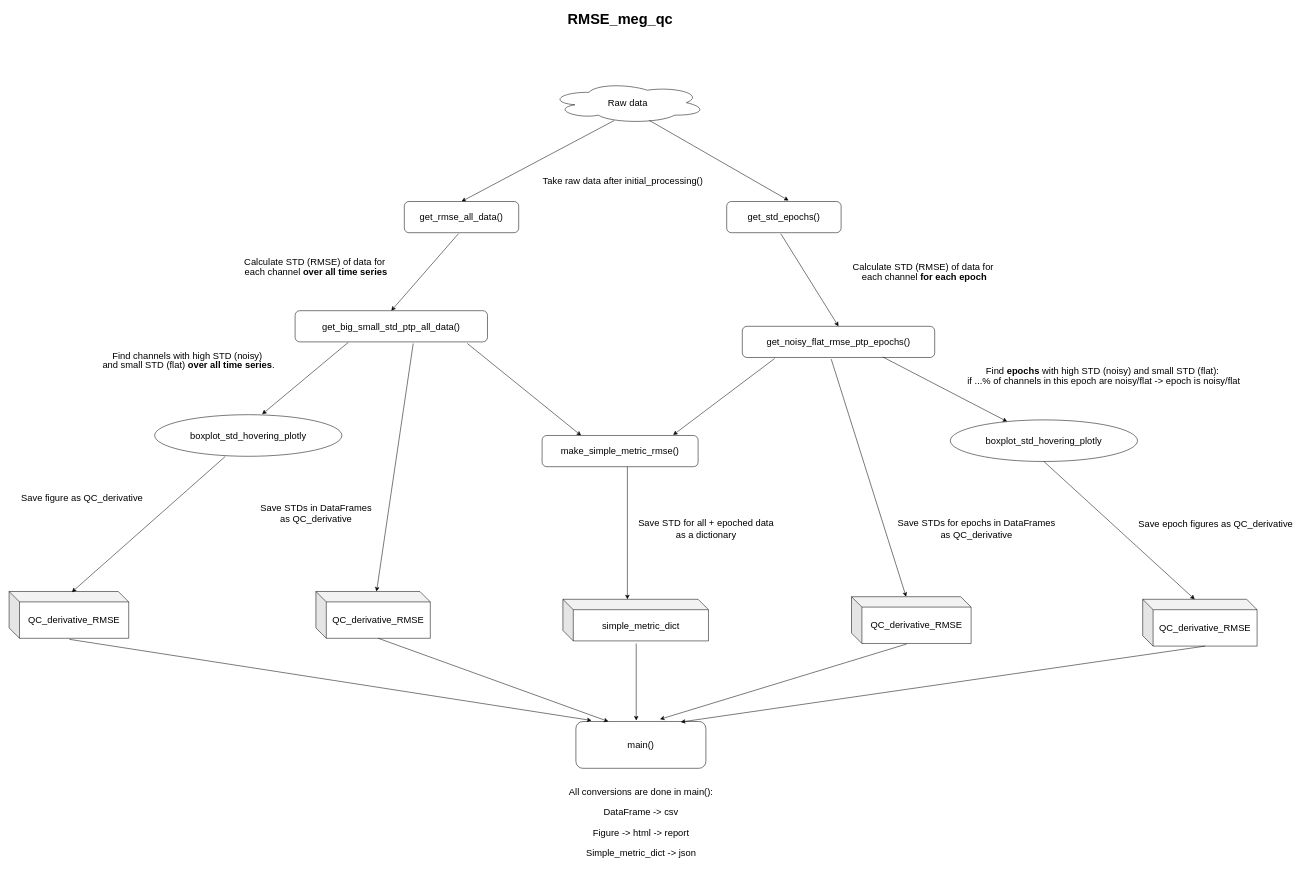
This is docs and diagrams/RMSE_UML.drawio from oldgandalf/MEGqcJorge, a draw.io file, before an edit. Source tidied: cells renumbered, new cells numbered last; positions are measured from the earlier drawing's top-left corner, leaving out a move shared by most shapes. Both pictures are drawn from the tidied source at 52%, with x=0, y=0 at pixel (9, 9).
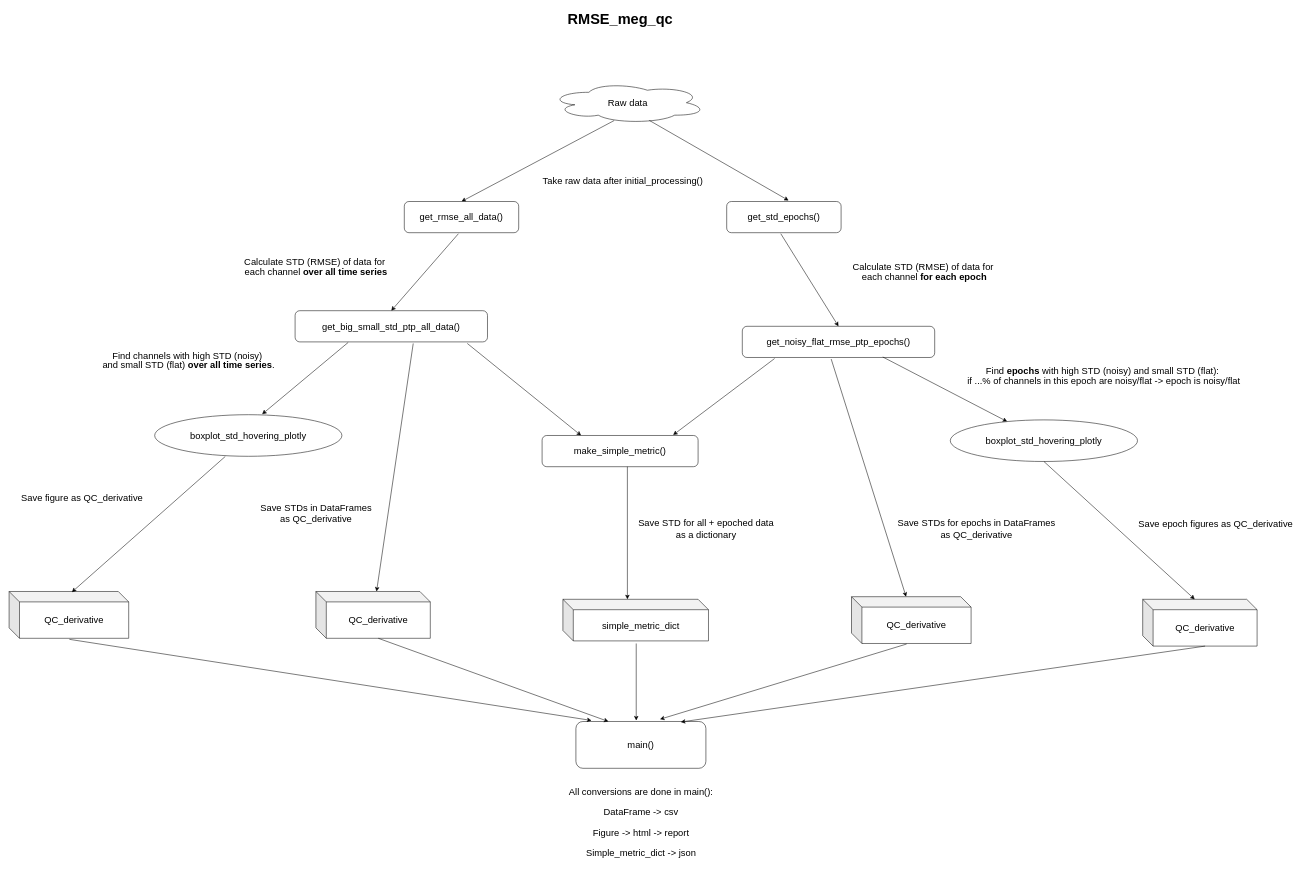
The same diagram, later.

Commit message (it also covers changes not shown here):
making uml fr rmse+ptp joined

Change to the diagram source:
```diff
@@
-    <mxCell id="14" value="QC_derivative_RMSE" style="shape=cube;whiteSpace=wrap;html=1;boundedLbl=1;backgroundOutline=1;darkOpacity=0.05;darkOpacity2=0.1;fontSize=18;fontFamily=Helvetica;" parent="1" vertex="1">
+    <mxCell id="14" value="QC_derivative" style="shape=cube;whiteSpace=wrap;html=1;boundedLbl=1;backgroundOutline=1;darkOpacity=0.05;darkOpacity2=0.1;fontSize=18;fontFamily=Helvetica;" parent="1" vertex="1">
       <mxGeometry x="590" y="1120" width="220" height="90" as="geometry" />
     </mxCell>
-    <mxCell id="15" value="QC_derivative_RMSE" style="shape=cube;whiteSpace=wrap;html=1;boundedLbl=1;backgroundOutline=1;darkOpacity=0.05;darkOpacity2=0.1;fontSize=18;" parent="1" vertex="1">
+    <mxCell id="15" value="QC_derivative" style="shape=cube;whiteSpace=wrap;html=1;boundedLbl=1;backgroundOutline=1;darkOpacity=0.05;darkOpacity2=0.1;fontSize=18;" parent="1" vertex="1">
       <mxGeometry y="1120" width="230" height="90" as="geometry" />
     </mxCell>
@@
-    <mxCell id="23" value="QC_derivative_RMSE" style="shape=cube;whiteSpace=wrap;html=1;boundedLbl=1;backgroundOutline=1;darkOpacity=0.05;darkOpacity2=0.1;fontSize=18;fontFamily=Helvetica;" parent="1" vertex="1">
+    <mxCell id="23" value="QC_derivative" style="shape=cube;whiteSpace=wrap;html=1;boundedLbl=1;backgroundOutline=1;darkOpacity=0.05;darkOpacity2=0.1;fontSize=18;fontFamily=Helvetica;" parent="1" vertex="1">
       <mxGeometry x="2180" y="1135" width="220" height="90" as="geometry" />
     </mxCell>
-    <mxCell id="24" value="QC_derivative_RMSE" style="shape=cube;whiteSpace=wrap;html=1;boundedLbl=1;backgroundOutline=1;darkOpacity=0.05;darkOpacity2=0.1;fontSize=18;fontFamily=Helvetica;" parent="1" vertex="1">
+    <mxCell id="24" value="QC_derivative" style="shape=cube;whiteSpace=wrap;html=1;boundedLbl=1;backgroundOutline=1;darkOpacity=0.05;darkOpacity2=0.1;fontSize=18;fontFamily=Helvetica;" parent="1" vertex="1">
       <mxGeometry x="1620" y="1130" width="230" height="90" as="geometry" />
     </mxCell>
@@
-    <mxCell id="44" value="make_simple_metric_rmse()" style="rounded=1;whiteSpace=wrap;html=1;fontFamily=Helvetica;fontSize=18;" parent="1" vertex="1">
+    <mxCell id="44" value="make_simple_metric()" style="rounded=1;whiteSpace=wrap;html=1;fontFamily=Helvetica;fontSize=18;" parent="1" vertex="1">
       <mxGeometry x="1025" y="820" width="300" height="60" as="geometry" />
     </mxCell>
```
